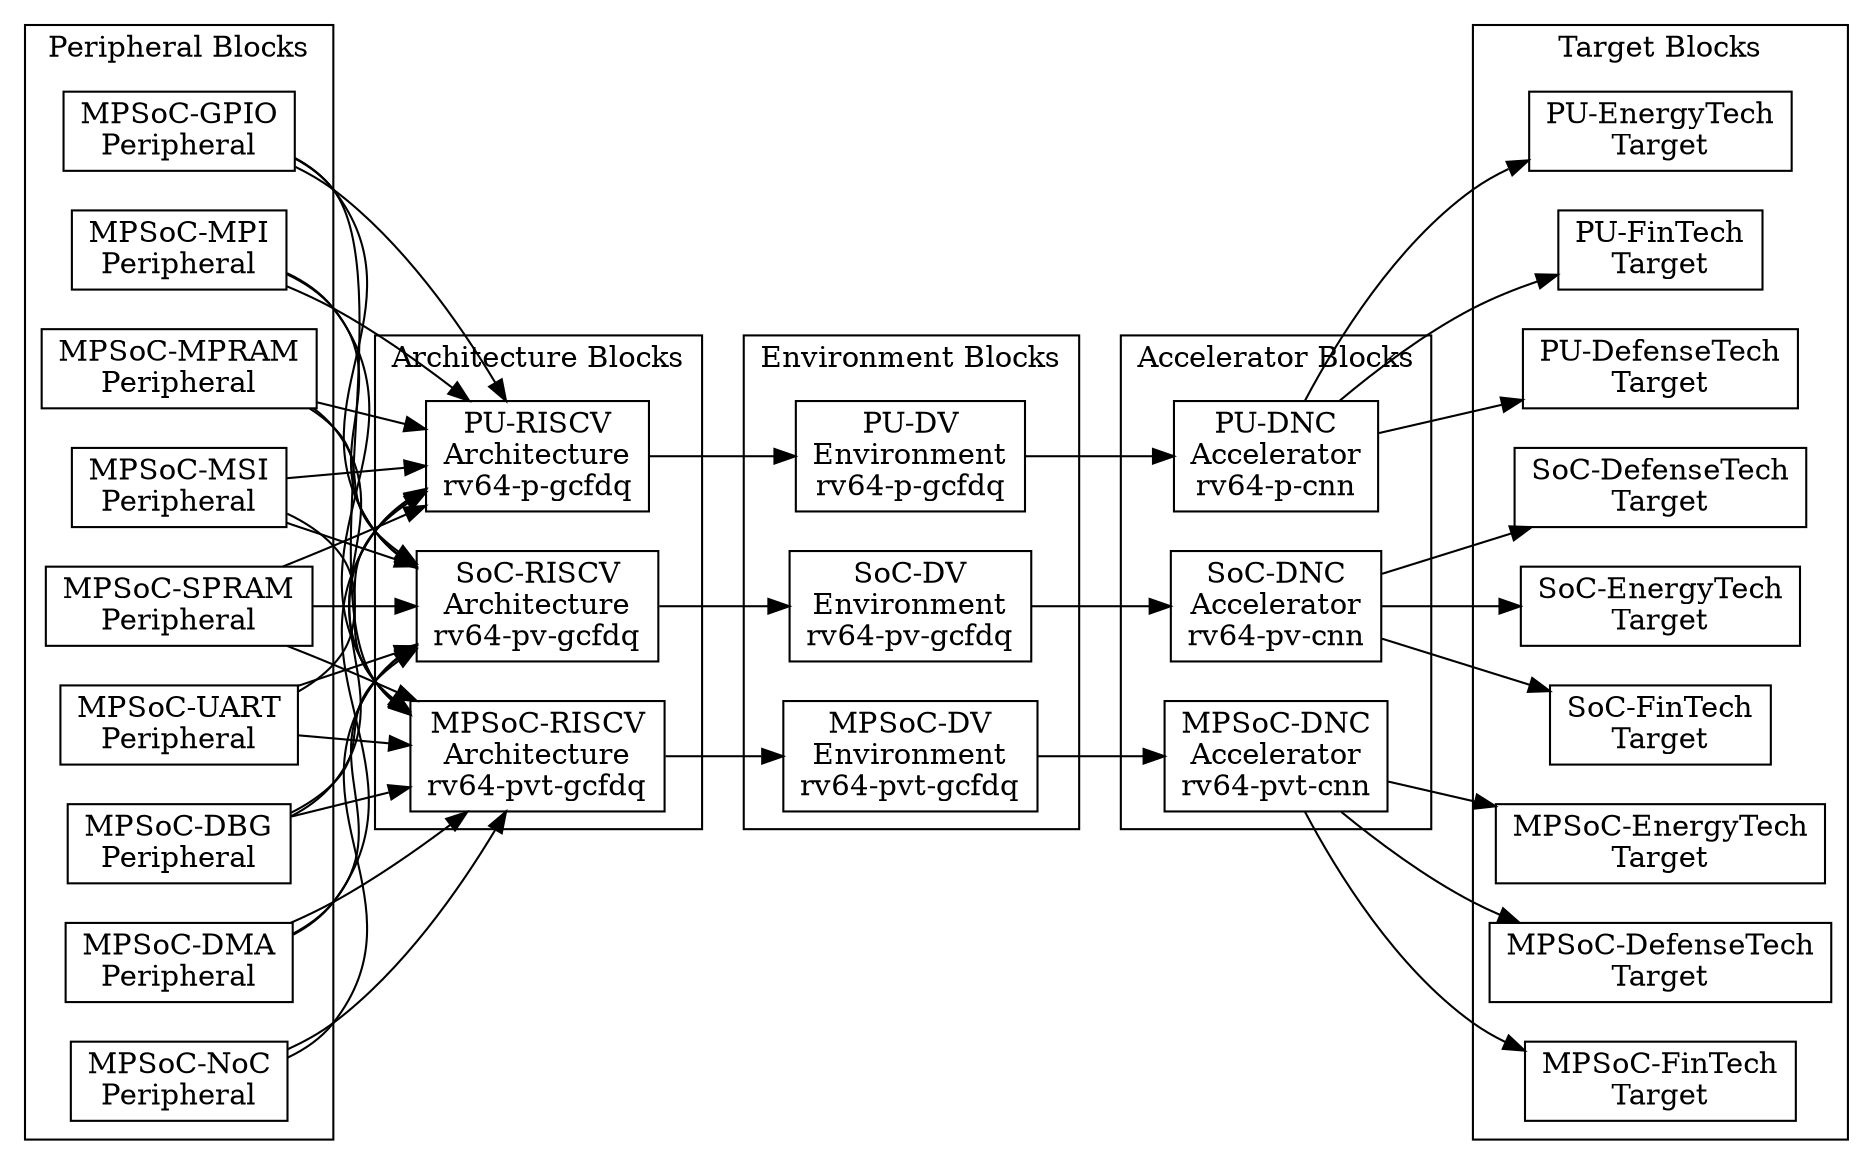
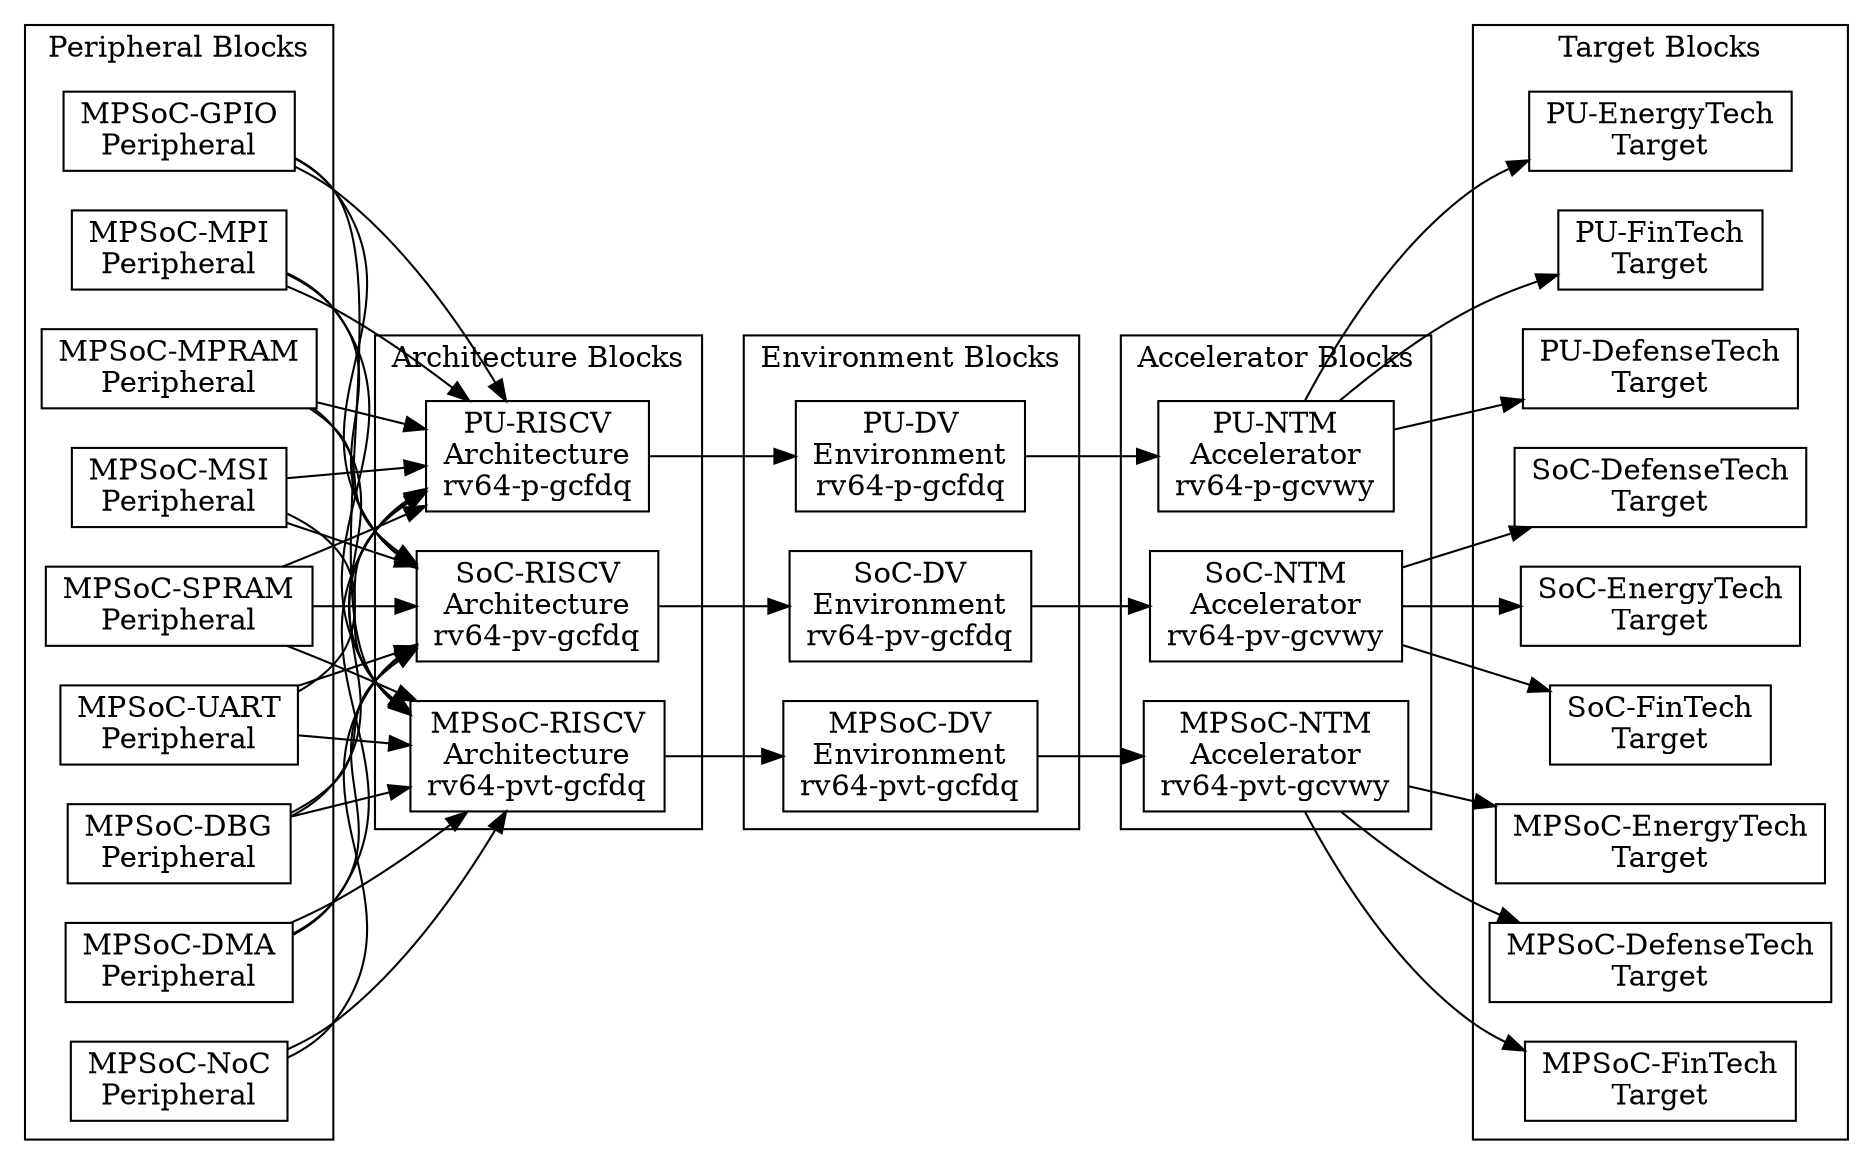
digraph Project {
  // Introduction
  graph [rankdir = LR];
  node[shape=record];

  // Peripheral Blocks
  subgraph "cluster PeripheralBlocks" { label = "Peripheral Blocks";
    MPSoC_DBG[label="MPSoC-DBG\nPeripheral"];
    MPSoC_DMA[label="MPSoC-DMA\nPeripheral"];
    MPSoC_GPIO[label="MPSoC-GPIO\nPeripheral"];
    MPSoC_MPI[label="MPSoC-MPI\nPeripheral"];
    MPSoC_MPRAM[label="MPSoC-MPRAM\nPeripheral"];
    MPSoC_MSI[label="MPSoC-MSI\nPeripheral"];
    MPSoC_NoC[label="MPSoC-NoC\nPeripheral"];
    MPSoC_SPRAM[label="MPSoC-SPRAM\nPeripheral"];
    MPSoC_UART[label="MPSoC-UART\nPeripheral"];
  }

  // Architecture Blocks
  subgraph "cluster ArchitectureBlocks" { label = "Architecture Blocks";
    MPSoC_RISCV[label="MPSoC-RISCV\nArchitecture\nrv64-pvt-gcfdq"];
    SoC_RISCV[label="SoC-RISCV\nArchitecture\nrv64-pv-gcfdq"];
    PU_RISCV[label="PU-RISCV\nArchitecture\nrv64-p-gcfdq"];
  }

  // Environment Blocks
  subgraph "cluster EnvironmentBlocks" { label = "Environment Blocks";
    MPSoC_DV[label="MPSoC-DV\nEnvironment\nrv64-pvt-gcfdq"];
    SoC_DV[label="SoC-DV\nEnvironment\nrv64-pv-gcfdq"];
    PU_DV[label="PU-DV\nEnvironment\nrv64-p-gcfdq"];
  }

  // Accelerator Blocks
  subgraph "cluster AcceleratorBlocks" { label = "Accelerator Blocks";
-     MPSoC_DNC[label="MPSoC-DNC\nAccelerator\nrv64-pvt-cnn"];
-     SoC_DNC[label="SoC-DNC\nAccelerator\nrv64-pv-cnn"];
-     PU_DNC[label="PU-DNC\nAccelerator\nrv64-p-cnn"];
+     MPSoC_NTM[label="MPSoC-NTM\nAccelerator\nrv64-pvt-gcvwy"];
+     SoC_NTM[label="SoC-NTM\nAccelerator\nrv64-pv-gcvwy"];
+     PU_NTM[label="PU-NTM\nAccelerator\nrv64-p-gcvwy"];
  }

  // Target Blocks
  subgraph "cluster TargetBlocks" { label = "Target Blocks";
    MPSoC_EnergyTech[label="MPSoC-EnergyTech\nTarget"];
    SoC_EnergyTech[label="SoC-EnergyTech\nTarget"];
    PU_EnergyTech[label="PU-EnergyTech\nTarget"];

    MPSoC_FinTech[label="MPSoC-FinTech\nTarget"];
    SoC_FinTech[label="SoC-FinTech\nTarget"];
    PU_FinTech[label="PU-FinTech\nTarget"];

    MPSoC_DefenseTech[label="MPSoC-DefenseTech\nTarget"];
    SoC_DefenseTech[label="SoC-DefenseTech\nTarget"];
    PU_DefenseTech[label="PU-DefenseTech\nTarget"];
  }

  // Peripheral -> Architecture
  MPSoC_DBG -> MPSoC_RISCV;
  MPSoC_DMA -> MPSoC_RISCV;
  MPSoC_GPIO -> MPSoC_RISCV;
  MPSoC_MPI -> MPSoC_RISCV;
  MPSoC_MPRAM -> MPSoC_RISCV;
  MPSoC_MSI -> MPSoC_RISCV;
  MPSoC_NoC -> MPSoC_RISCV;
  MPSoC_SPRAM -> MPSoC_RISCV;
  MPSoC_UART -> MPSoC_RISCV;

  MPSoC_DBG -> SoC_RISCV;
  MPSoC_DMA -> SoC_RISCV;
  MPSoC_GPIO -> SoC_RISCV;
  MPSoC_MPI -> SoC_RISCV;
  MPSoC_MPRAM -> SoC_RISCV;
  MPSoC_MSI -> SoC_RISCV;
  MPSoC_NoC -> SoC_RISCV;
  MPSoC_SPRAM -> SoC_RISCV;
  MPSoC_UART -> SoC_RISCV;

  MPSoC_DBG -> PU_RISCV;
  MPSoC_DMA -> PU_RISCV;
  MPSoC_GPIO -> PU_RISCV;
  MPSoC_MPI -> PU_RISCV;
  MPSoC_MPRAM -> PU_RISCV;
  MPSoC_MSI -> PU_RISCV;
  MPSoC_SPRAM -> PU_RISCV;
  MPSoC_UART -> PU_RISCV;

  // Architecture -> Environment
  PU_RISCV -> PU_DV;

  SoC_RISCV -> SoC_DV;

  MPSoC_RISCV -> MPSoC_DV;

  // Environment -> Accelerator
-   PU_DV -> PU_DNC;
+   PU_DV -> PU_NTM;

-   SoC_DV -> SoC_DNC;
+   SoC_DV -> SoC_NTM;

-   MPSoC_DV -> MPSoC_DNC;
+   MPSoC_DV -> MPSoC_NTM;

  // Accelerator -> Target
-   PU_DNC -> PU_EnergyTech;
+   PU_NTM -> PU_EnergyTech;

-   SoC_DNC -> SoC_EnergyTech;
+   SoC_NTM -> SoC_EnergyTech;

-   MPSoC_DNC -> MPSoC_EnergyTech;
+   MPSoC_NTM -> MPSoC_EnergyTech;

-   PU_DNC -> PU_FinTech;
+   PU_NTM -> PU_FinTech;

-   SoC_DNC -> SoC_FinTech;
+   SoC_NTM -> SoC_FinTech;

-   MPSoC_DNC -> MPSoC_FinTech;
+   MPSoC_NTM -> MPSoC_FinTech;

-   PU_DNC -> PU_DefenseTech;
+   PU_NTM -> PU_DefenseTech;

-   SoC_DNC -> SoC_DefenseTech;
+   SoC_NTM -> SoC_DefenseTech;

-   MPSoC_DNC -> MPSoC_DefenseTech;
+   MPSoC_NTM -> MPSoC_DefenseTech;
}
